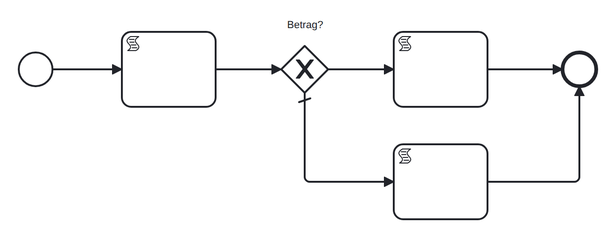
Earlier version of the BPMN export conformance/catalog/diagrams/exclusive-gateway.png (pblumer/atlas). Its source is kept beside it as conformance/models/exclusive-gateway.bpmn. Ids are renumbered.
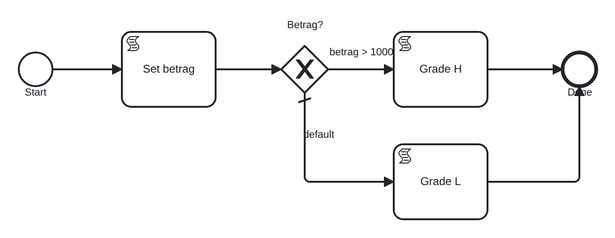
After the commit.

Diff of the diagram source:
```diff
@@ -13,30 +13,30 @@
              xmlns:di="http://www.omg.org/spec/DD/20100524/DI"
              id="defs_exclusive" targetNamespace="http://atlas/conformance">
   <process id="exclusive-gateway" name="Exclusive choice" isExecutable="true">
-    <startEvent id="start"/>
-    <scriptTask id="set_betrag">
+    <startEvent id="start" name="Start"/>
+    <scriptTask id="set_betrag" name="Set betrag">
       <extensionElements>
         <zeebe:script expression="= 250" resultVariable="betrag"/>
       </extensionElements>
     </scriptTask>
     <exclusiveGateway id="gw" name="Betrag?" default="f_low"/>
-    <scriptTask id="high">
+    <scriptTask id="high" name="Grade H">
       <extensionElements>
         <zeebe:script expression="= &quot;H&quot;" resultVariable="grade"/>
       </extensionElements>
     </scriptTask>
-    <scriptTask id="low">
+    <scriptTask id="low" name="Grade L">
       <extensionElements>
         <zeebe:script expression="= &quot;L&quot;" resultVariable="grade"/>
       </extensionElements>
     </scriptTask>
-    <endEvent id="end"/>
+    <endEvent id="end" name="Done"/>
     <sequenceFlow id="f1" sourceRef="start" targetRef="set_betrag"/>
     <sequenceFlow id="f2" sourceRef="set_betrag" targetRef="gw"/>
-    <sequenceFlow id="f_high" sourceRef="gw" targetRef="high">
+    <sequenceFlow id="f_high" name="betrag &gt; 1000" sourceRef="gw" targetRef="high">
       <conditionExpression>= betrag &gt; 1000</conditionExpression>
     </sequenceFlow>
-    <sequenceFlow id="f_low" sourceRef="gw" targetRef="low"/>
+    <sequenceFlow id="f_low" name="default" sourceRef="gw" targetRef="low"/>
     <sequenceFlow id="f3" sourceRef="high" targetRef="end"/>
     <sequenceFlow id="f4" sourceRef="low" targetRef="end"/>
   </process>
```
